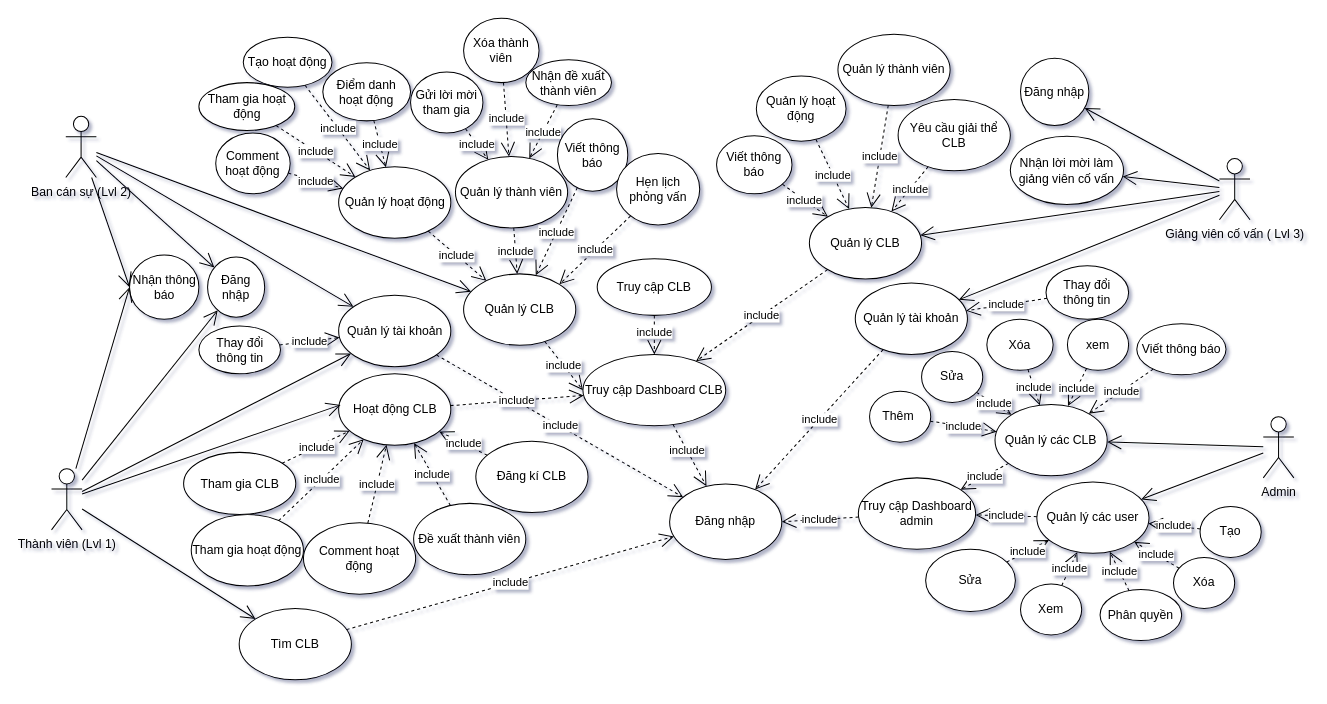
Before: diagram.drawio in ZanhhTrann/finall_project-, a draw.io diagram. Source tidied: cells renumbered, new cells numbered last; positions are measured from the earlier drawing's top-left corner, leaving out a move shared by most shapes. Both pictures are drawn from the tidied source at 102%, with x=0, y=0 at pixel (51, 17).
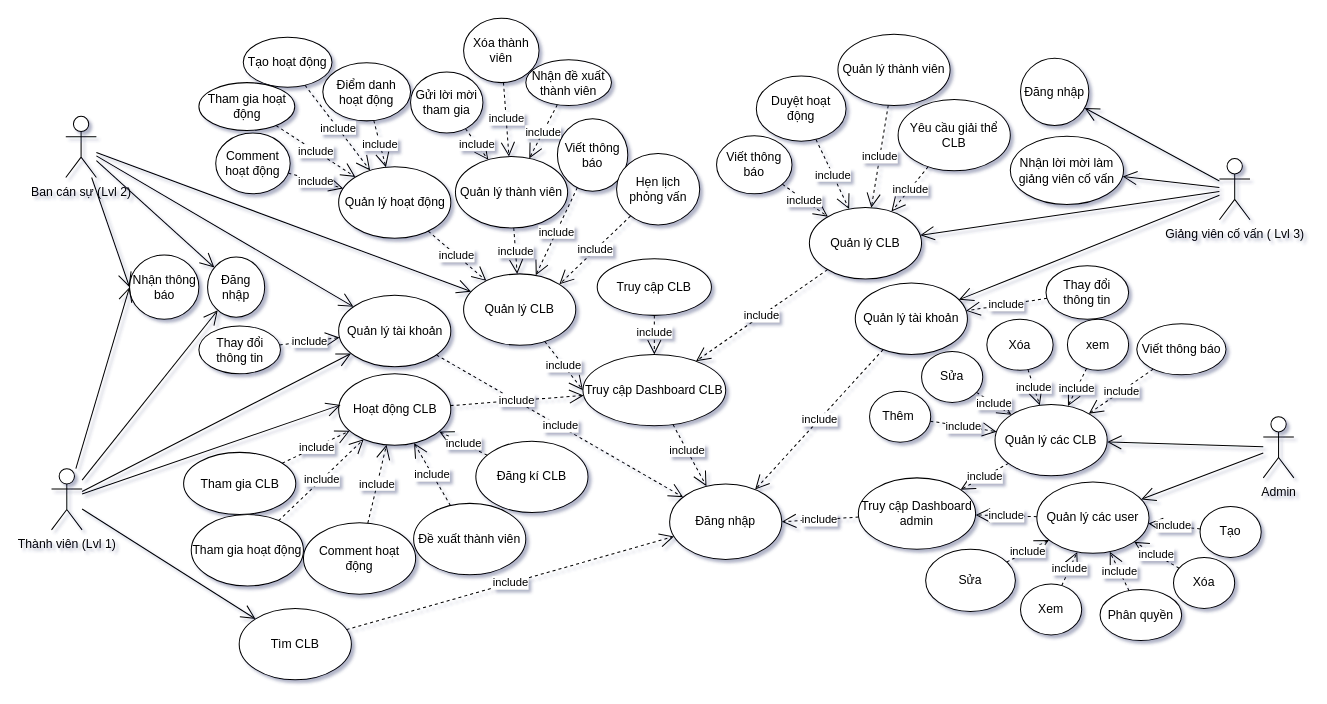
After the change.

Commit message:
Cập nhật diagram.drawio

What changed in the source:
```diff
@@
-    <mxCell id="111" value="Quản lý hoạt động" style="ellipse;whiteSpace=wrap;html=1;" parent="1" vertex="1">
+    <mxCell id="111" value="Duyệt hoạt động" style="ellipse;whiteSpace=wrap;html=1;" parent="1" vertex="1">
       <mxGeometry x="691" y="57" width="88" height="64" as="geometry" />
     </mxCell>
```
